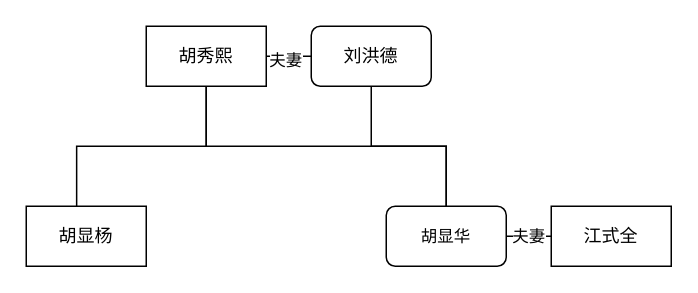
This is 家族结构图/胡显华家族.drawio from toppemonkey/processing_folder, a draw.io file, before an edit. Source tidied: cells renumbered, new cells numbered last; positions are measured from the earlier drawing's top-left corner, leaving out a move shared by most shapes. Both pictures are drawn from the tidied source at 150%, with x=0, y=0 at pixel (26, 26).
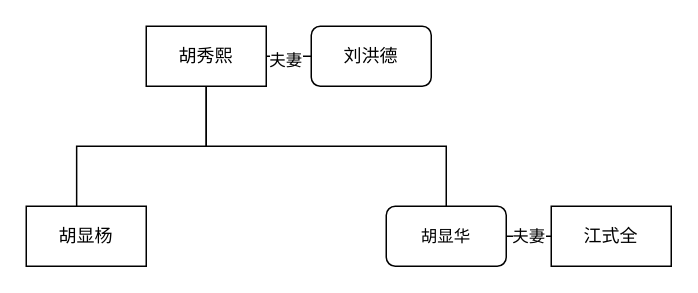
After the change.

Commit message:
更新胡显华家族.drawio

What changed in the source:
```diff
@@
 <mxGraphModel>
   <root>
     <mxCell id="0" />
     <mxCell id="1" parent="0" />
     <mxCell id="2" style="edgeStyle=orthogonalEdgeStyle;rounded=0;jettySize=auto;html=1;exitX=1;exitY=0.5;exitDx=0;exitDy=0;endArrow=none;endFill=0;" parent="1" edge="1" source="6" target="8">
       <mxGeometry relative="1" as="geometry" />
     </mxCell>
     <mxCell id="3" value="夫妻" style="edgeLabel;html=1;align=center;verticalAlign=middle;" parent="2" vertex="1">
       <mxGeometry x="0.1" y="2" relative="1" as="geometry" />
     </mxCell>
     <mxCell id="4" style="edgeStyle=orthogonalEdgeStyle;shape=connector;rounded=0;jettySize=auto;html=1;exitX=0.5;exitY=1;exitDx=0;exitDy=0;strokeColor=default;align=center;verticalAlign=middle;fontFamily=Helvetica;fontSize=11;fontColor=default;labelBackgroundColor=default;endArrow=none;endFill=0;" parent="1" edge="1" source="6" target="10">
       <mxGeometry relative="1" as="geometry" />
     </mxCell>
     <mxCell id="5" style="edgeStyle=orthogonalEdgeStyle;shape=connector;rounded=0;jettySize=auto;html=1;exitX=0.5;exitY=1;exitDx=0;exitDy=0;strokeColor=default;align=center;verticalAlign=middle;fontFamily=Helvetica;fontSize=11;fontColor=default;labelBackgroundColor=default;endArrow=none;endFill=0;entryX=0.42;entryY=0.044;entryDx=0;entryDy=0;entryPerimeter=0;" parent="1" edge="1" source="6" target="11">
       <mxGeometry relative="1" as="geometry" />
     </mxCell>
     <mxCell id="6" value="胡秀熙" style="rounded=0;whiteSpace=wrap;html=1;" parent="1" vertex="1">
       <mxGeometry x="80" width="80" height="40" as="geometry" />
     </mxCell>
-    <mxCell id="7" style="edgeStyle=orthogonalEdgeStyle;shape=connector;rounded=0;jettySize=auto;html=1;exitX=0.5;exitY=1;exitDx=0;exitDy=0;entryX=0.5;entryY=0;entryDx=0;entryDy=0;strokeColor=default;align=center;verticalAlign=middle;fontFamily=Helvetica;fontSize=11;fontColor=default;labelBackgroundColor=default;endArrow=none;endFill=0;" parent="1" edge="1" source="8" target="10">
-      <mxGeometry relative="1" as="geometry" />
-    </mxCell>
     <mxCell id="8" value="刘洪德" style="rounded=1;whiteSpace=wrap;html=1;" parent="1" vertex="1">
       <mxGeometry x="190" width="80" height="40" as="geometry" />
     </mxCell>
     <mxCell id="9" value="夫妻" style="edgeStyle=orthogonalEdgeStyle;rounded=0;jettySize=auto;html=1;exitX=1;exitY=0.5;exitDx=0;exitDy=0;entryX=0;entryY=0.5;entryDx=0;entryDy=0;endArrow=none;endFill=0;" parent="1" edge="1" source="10" target="12">
       <mxGeometry relative="1" as="geometry" />
     </mxCell>
     <mxCell id="10" value="胡显华" style="rounded=1;whiteSpace=wrap;html=1;fontFamily=Helvetica;fontSize=11;fontColor=default;labelBackgroundColor=default;" parent="1" vertex="1">
       <mxGeometry x="240" y="120" width="80" height="40" as="geometry" />
     </mxCell>
     <mxCell id="11" value="胡显杨" style="rounded=0;whiteSpace=wrap;html=1;" parent="1" vertex="1">
       <mxGeometry y="120" width="80" height="40" as="geometry" />
     </mxCell>
     <mxCell id="12" value="江式全" style="rounded=0;whiteSpace=wrap;html=1;" parent="1" vertex="1">
       <mxGeometry x="350" y="120" width="80" height="40" as="geometry" />
     </mxCell>
   </root>
 </mxGraphModel>
```
